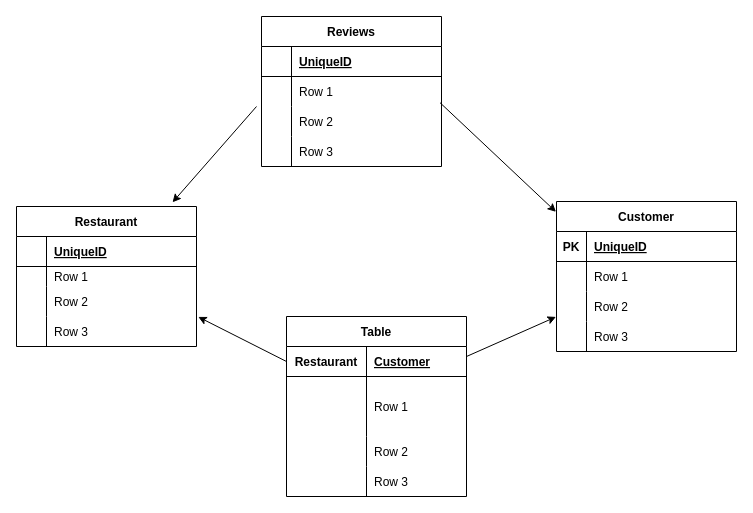
This is domain.drawio from Njmwas-Moringa-Class/sqlalchemy-code-challenge-John-thabuks, a draw.io file, before an edit. Source tidied: cells renumbered, new cells numbered last; positions are measured from the earlier drawing's top-left corner, leaving out a move shared by most shapes. Both pictures are drawn from the tidied source at 100%, with x=0, y=0 at pixel (16, 16).
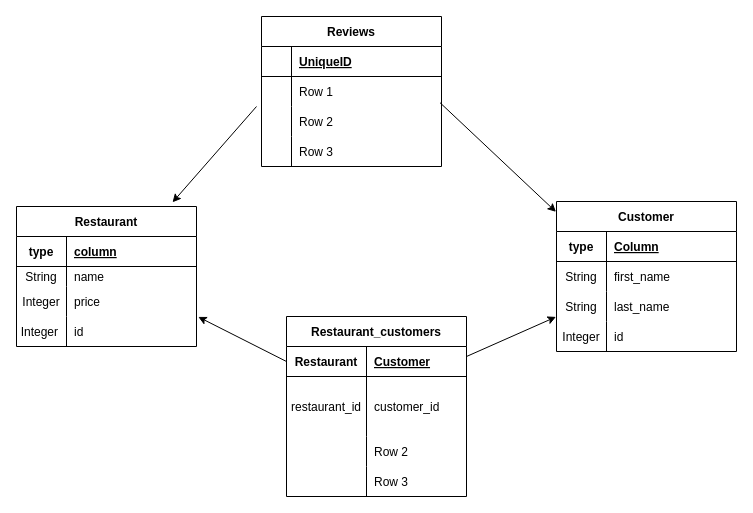
Above is the later version.

The change refers to these unchanged cells:
```xml
<mxCell id="16" style="shape=tableRow;horizontal=0;startSize=0;swimlaneHead=0;swimlaneBody=0;fillColor=none;top=0;left=0;right=0;bottom=1;" parent="15" vertex="1">
  <mxGeometry y="30" width="180" height="30" as="geometry" />
</mxCell>
<mxCell id="19" style="shape=tableRow;horizontal=0;startSize=0;swimlaneHead=0;swimlaneBody=0;fillColor=none;top=0;left=0;right=0;bottom=0;" parent="15" vertex="1">
  <mxGeometry y="60" width="180" height="20" as="geometry" />
</mxCell>
<mxCell id="22" style="shape=tableRow;horizontal=0;startSize=0;swimlaneHead=0;swimlaneBody=0;fillColor=none;top=0;left=0;right=0;bottom=0;" parent="15" vertex="1">
  <mxGeometry y="80" width="180" height="30" as="geometry" />
</mxCell>
<mxCell id="25" style="shape=tableRow;horizontal=0;startSize=0;swimlaneHead=0;swimlaneBody=0;fillColor=none;points=[[0,0.5],[1,0.5]];portConstraint=eastwest;top=0;left=0;right=0;bottom=0;" parent="15" vertex="1">
  <mxGeometry y="110" width="180" height="30" as="geometry" />
</mxCell>
<mxCell id="30" style="shape=tableRow;horizontal=0;startSize=0;swimlaneHead=0;swimlaneBody=0;fillColor=none;top=0;left=0;right=0;bottom=1;" parent="29" vertex="1">
  <mxGeometry y="30" width="180" height="30" as="geometry" />
</mxCell>
<mxCell id="33" style="shape=tableRow;horizontal=0;startSize=0;swimlaneHead=0;swimlaneBody=0;fillColor=none;top=0;left=0;right=0;bottom=0;" parent="29" vertex="1">
  <mxGeometry y="60" width="180" height="30" as="geometry" />
</mxCell>
<mxCell id="36" style="shape=tableRow;horizontal=0;startSize=0;swimlaneHead=0;swimlaneBody=0;fillColor=none;points=[[0,0.5],[1,0.5]];portConstraint=eastwest;top=0;left=0;right=0;bottom=0;" parent="29" vertex="1">
  <mxGeometry y="90" width="180" height="30" as="geometry" />
</mxCell>
<mxCell id="39" style="shape=tableRow;horizontal=0;startSize=0;swimlaneHead=0;swimlaneBody=0;fillColor=none;top=0;left=0;right=0;bottom=0;" parent="29" vertex="1">
  <mxGeometry y="120" width="180" height="30" as="geometry" />
</mxCell>
<mxCell id="47" style="shape=tableRow;horizontal=0;startSize=0;swimlaneHead=0;swimlaneBody=0;fillColor=none;top=0;left=0;right=0;bottom=0;" parent="43" vertex="1">
  <mxGeometry y="60" width="180" height="60" as="geometry" />
</mxCell>
```

What changed in the source:
```diff
@@
-    <mxCell id="17" style="shape=partialRectangle;fillColor=none;top=0;left=0;bottom=0;right=0;fontStyle=1;overflow=hidden;" parent="16" vertex="1">
-      <mxGeometry width="30" height="30" as="geometry" />
+    <mxCell id="17" value="type" style="shape=partialRectangle;fillColor=none;top=0;left=0;bottom=0;right=0;fontStyle=1;overflow=hidden;" parent="16" vertex="1">
+      <mxGeometry width="50" height="30" as="geometry" />
     </mxCell>
-    <mxCell id="18" value="UniqueID" style="shape=partialRectangle;fillColor=none;top=0;left=0;bottom=0;right=0;align=left;spacingLeft=6;fontStyle=5;overflow=hidden;" parent="16" vertex="1">
-      <mxGeometry x="30" width="150" height="30" as="geometry" />
+    <mxCell id="18" value="column" style="shape=partialRectangle;fillColor=none;top=0;left=0;bottom=0;right=0;align=left;spacingLeft=6;fontStyle=5;overflow=hidden;" parent="16" vertex="1">
+      <mxGeometry x="50" width="130" height="30" as="geometry" />
     </mxCell>
@@
-    <mxCell id="20" style="shape=partialRectangle;fillColor=none;top=0;left=0;bottom=0;right=0;overflow=hidden;" parent="19" vertex="1">
-      <mxGeometry width="30" height="20" as="geometry" />
+    <mxCell id="20" value="String" style="shape=partialRectangle;fillColor=none;top=0;left=0;bottom=0;right=0;overflow=hidden;" parent="19" vertex="1">
+      <mxGeometry width="50" height="20" as="geometry" />
     </mxCell>
-    <mxCell id="21" value="Row 1" style="shape=partialRectangle;fillColor=none;top=0;left=0;bottom=0;right=0;align=left;spacingLeft=6;overflow=hidden;" parent="19" vertex="1">
-      <mxGeometry x="30" width="150" height="20" as="geometry" />
+    <mxCell id="21" value="name" style="shape=partialRectangle;fillColor=none;top=0;left=0;bottom=0;right=0;align=left;spacingLeft=6;overflow=hidden;" parent="19" vertex="1">
+      <mxGeometry x="50" width="130" height="20" as="geometry" />
     </mxCell>
@@
-    <mxCell id="23" style="shape=partialRectangle;fillColor=none;top=0;left=0;bottom=0;right=0;overflow=hidden;" parent="22" vertex="1">
-      <mxGeometry width="30" height="30" as="geometry" />
+    <mxCell id="23" value="Integer" style="shape=partialRectangle;fillColor=none;top=0;left=0;bottom=0;right=0;overflow=hidden;" parent="22" vertex="1">
+      <mxGeometry width="50" height="30" as="geometry" />
     </mxCell>
-    <mxCell id="24" value="Row 2" style="shape=partialRectangle;fillColor=none;top=0;left=0;bottom=0;right=0;align=left;spacingLeft=6;overflow=hidden;" parent="22" vertex="1">
-      <mxGeometry x="30" width="150" height="30" as="geometry" />
+    <mxCell id="24" value="price" style="shape=partialRectangle;fillColor=none;top=0;left=0;bottom=0;right=0;align=left;spacingLeft=6;overflow=hidden;" parent="22" vertex="1">
+      <mxGeometry x="50" width="130" height="30" as="geometry" />
     </mxCell>
@@
-    <mxCell id="26" style="shape=partialRectangle;fillColor=none;top=0;left=0;bottom=0;right=0;overflow=hidden;" parent="25" vertex="1">
-      <mxGeometry width="30" height="30" as="geometry" />
+    <mxCell id="26" value="Integer " style="shape=partialRectangle;fillColor=none;top=0;left=0;bottom=0;right=0;overflow=hidden;" parent="25" vertex="1">
+      <mxGeometry width="50" height="30" as="geometry" />
     </mxCell>
-    <mxCell id="27" value="Row 3" style="shape=partialRectangle;fillColor=none;top=0;left=0;bottom=0;right=0;align=left;spacingLeft=6;overflow=hidden;" parent="25" vertex="1">
-      <mxGeometry x="30" width="150" height="30" as="geometry" />
+    <mxCell id="27" value="id" style="shape=partialRectangle;fillColor=none;top=0;left=0;bottom=0;right=0;align=left;spacingLeft=6;overflow=hidden;" parent="25" vertex="1">
+      <mxGeometry x="50" width="130" height="30" as="geometry" />
     </mxCell>
@@
-    <mxCell id="31" value="PK" style="shape=partialRectangle;fillColor=none;top=0;left=0;bottom=0;right=0;fontStyle=1;overflow=hidden;" parent="30" vertex="1">
-      <mxGeometry width="30" height="30" as="geometry" />
+    <mxCell id="31" value="type" style="shape=partialRectangle;fillColor=none;top=0;left=0;bottom=0;right=0;fontStyle=1;overflow=hidden;" parent="30" vertex="1">
+      <mxGeometry width="50" height="30" as="geometry" />
     </mxCell>
-    <mxCell id="32" value="UniqueID" style="shape=partialRectangle;fillColor=none;top=0;left=0;bottom=0;right=0;align=left;spacingLeft=6;fontStyle=5;overflow=hidden;" parent="30" vertex="1">
-      <mxGeometry x="30" width="150" height="30" as="geometry" />
+    <mxCell id="32" value="Column" style="shape=partialRectangle;fillColor=none;top=0;left=0;bottom=0;right=0;align=left;spacingLeft=6;fontStyle=5;overflow=hidden;" parent="30" vertex="1">
+      <mxGeometry x="50" width="130" height="30" as="geometry" />
     </mxCell>
@@
-    <mxCell id="34" style="shape=partialRectangle;fillColor=none;top=0;left=0;bottom=0;right=0;overflow=hidden;" parent="33" vertex="1">
-      <mxGeometry width="30" height="30" as="geometry" />
+    <mxCell id="34" value="String" style="shape=partialRectangle;fillColor=none;top=0;left=0;bottom=0;right=0;overflow=hidden;" parent="33" vertex="1">
+      <mxGeometry width="50" height="30" as="geometry" />
     </mxCell>
-    <mxCell id="35" value="Row 1" style="shape=partialRectangle;fillColor=none;top=0;left=0;bottom=0;right=0;align=left;spacingLeft=6;overflow=hidden;" parent="33" vertex="1">
-      <mxGeometry x="30" width="150" height="30" as="geometry" />
+    <mxCell id="35" value="first_name" style="shape=partialRectangle;fillColor=none;top=0;left=0;bottom=0;right=0;align=left;spacingLeft=6;overflow=hidden;" parent="33" vertex="1">
+      <mxGeometry x="50" width="130" height="30" as="geometry" />
     </mxCell>
@@
-    <mxCell id="37" style="shape=partialRectangle;fillColor=none;top=0;left=0;bottom=0;right=0;overflow=hidden;" parent="36" vertex="1">
-      <mxGeometry width="30" height="30" as="geometry" />
+    <mxCell id="37" value="String" style="shape=partialRectangle;fillColor=none;top=0;left=0;bottom=0;right=0;overflow=hidden;" parent="36" vertex="1">
+      <mxGeometry width="50" height="30" as="geometry" />
     </mxCell>
-    <mxCell id="38" value="Row 2" style="shape=partialRectangle;fillColor=none;top=0;left=0;bottom=0;right=0;align=left;spacingLeft=6;overflow=hidden;" parent="36" vertex="1">
-      <mxGeometry x="30" width="150" height="30" as="geometry" />
+    <mxCell id="38" value="last_name" style="shape=partialRectangle;fillColor=none;top=0;left=0;bottom=0;right=0;align=left;spacingLeft=6;overflow=hidden;" parent="36" vertex="1">
+      <mxGeometry x="50" width="130" height="30" as="geometry" />
     </mxCell>
@@
-    <mxCell id="40" style="shape=partialRectangle;fillColor=none;top=0;left=0;bottom=0;right=0;overflow=hidden;" parent="39" vertex="1">
-      <mxGeometry width="30" height="30" as="geometry" />
+    <mxCell id="40" value="Integer" style="shape=partialRectangle;fillColor=none;top=0;left=0;bottom=0;right=0;overflow=hidden;" parent="39" vertex="1">
+      <mxGeometry width="50" height="30" as="geometry" />
     </mxCell>
-    <mxCell id="41" value="Row 3" style="shape=partialRectangle;fillColor=none;top=0;left=0;bottom=0;right=0;align=left;spacingLeft=6;overflow=hidden;" parent="39" vertex="1">
-      <mxGeometry x="30" width="150" height="30" as="geometry" />
+    <mxCell id="41" value="id" style="shape=partialRectangle;fillColor=none;top=0;left=0;bottom=0;right=0;align=left;spacingLeft=6;overflow=hidden;" parent="39" vertex="1">
+      <mxGeometry x="50" width="130" height="30" as="geometry" />
     </mxCell>
@@
-    <mxCell id="43" value="Table" style="shape=table;startSize=30;childLayout=tableLayout;rowLines=0;fontStyle=1;align=center;" parent="1" vertex="1">
+    <mxCell id="43" value="Restaurant_customers" style="shape=table;startSize=30;childLayout=tableLayout;rowLines=0;fontStyle=1;align=center;" parent="1" vertex="1">
       <mxGeometry x="270" y="300" width="180" height="180" as="geometry" />
     </mxCell>
@@
-    <mxCell id="48" style="shape=partialRectangle;fillColor=none;top=0;left=0;bottom=0;right=0;overflow=hidden;" parent="47" vertex="1">
+    <mxCell id="48" value="restaurant_id" style="shape=partialRectangle;fillColor=none;top=0;left=0;bottom=0;right=0;overflow=hidden;" parent="47" vertex="1">
       <mxGeometry width="80" height="60" as="geometry" />
     </mxCell>
-    <mxCell id="49" value="Row 1" style="shape=partialRectangle;fillColor=none;top=0;left=0;bottom=0;right=0;align=left;spacingLeft=6;overflow=hidden;" parent="47" vertex="1">
+    <mxCell id="49" value="customer_id" style="shape=partialRectangle;fillColor=none;top=0;left=0;bottom=0;right=0;align=left;spacingLeft=6;overflow=hidden;" parent="47" vertex="1">
       <mxGeometry x="80" width="100" height="60" as="geometry" />
     </mxCell>
```
